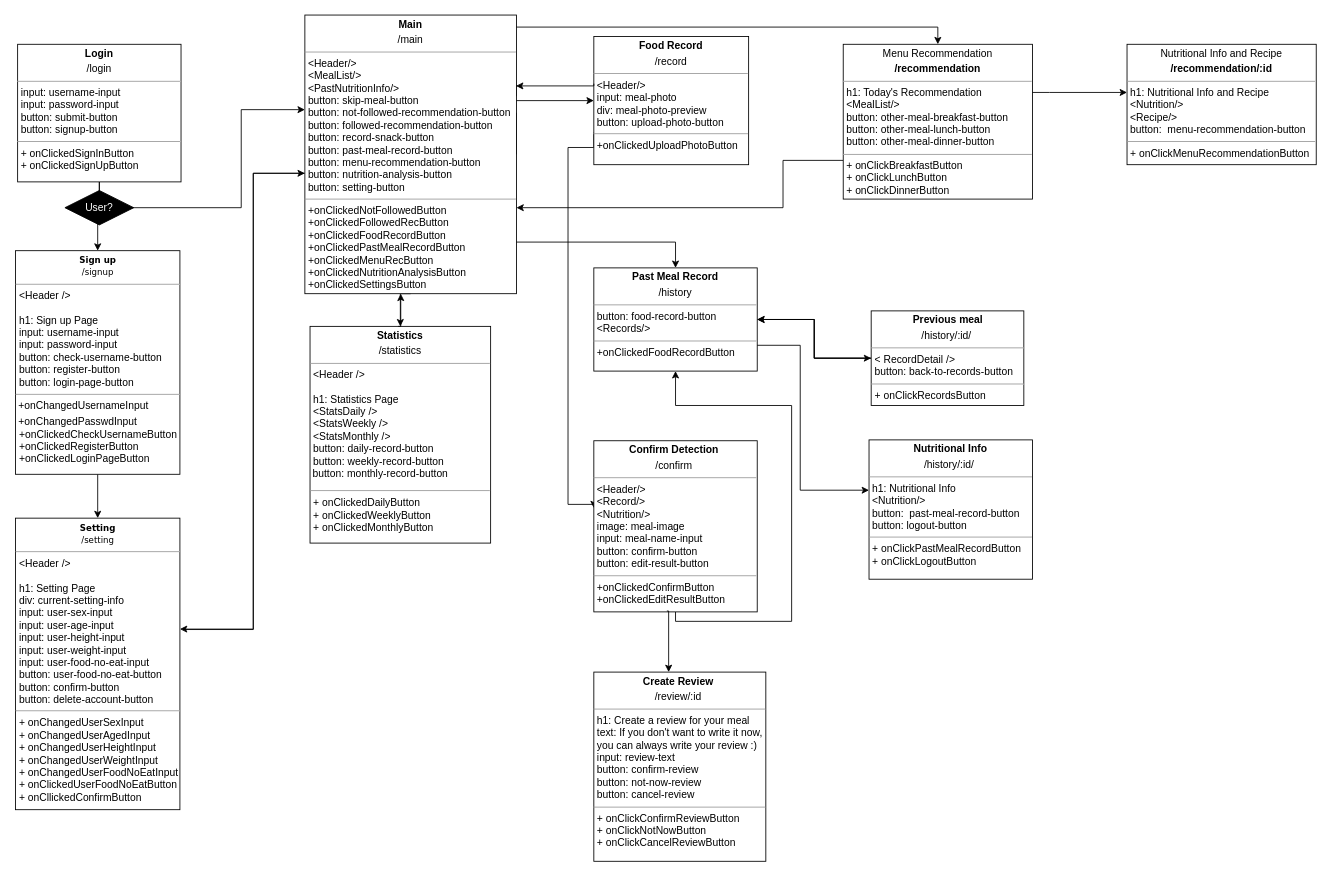
The draw.io diagram diagrams/Frontend_UML.drawio in swsnu/swpp2021-team5, before the edit. Source tidied: cells renumbered, new cells numbered last; positions are measured from the earlier drawing's top-left corner, leaving out a move shared by most shapes. Both pictures are drawn from the tidied source at 86%, with x=0, y=0 at pixel (15, 15).
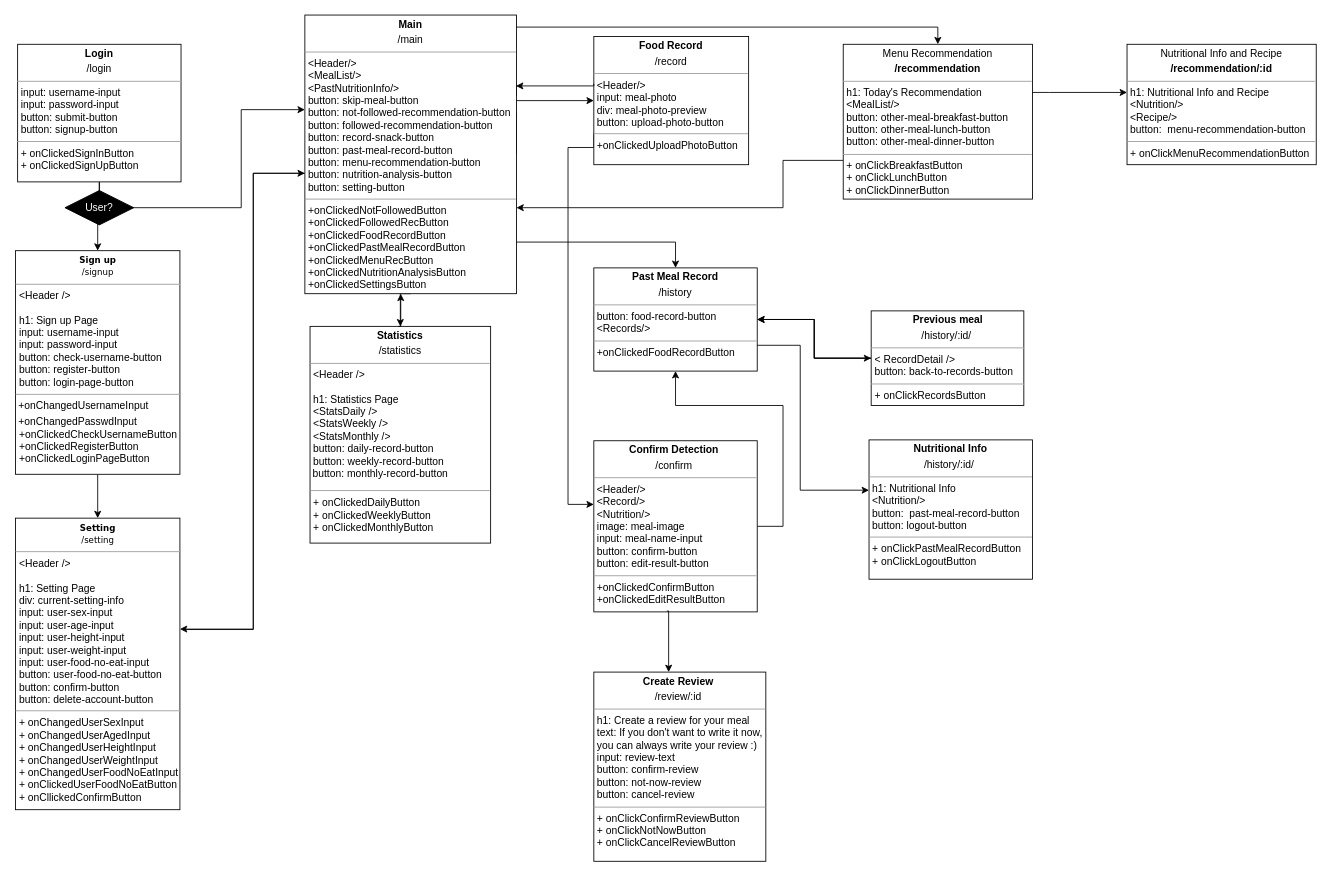
The same diagram, later.

The change refers to these unchanged cells:
```xml
<mxCell id="15" value="&lt;p style=&quot;margin: 0px ; margin-top: 4px ; text-align: center&quot;&gt;&lt;b&gt;Food Record&lt;/b&gt;&lt;/p&gt;&lt;p style=&quot;margin: 0px ; margin-top: 4px ; text-align: center&quot;&gt;/record&lt;/p&gt;&lt;hr size=&quot;1&quot;&gt;&lt;p style=&quot;margin: 0px ; margin-left: 4px&quot;&gt;&lt;span&gt;&amp;lt;Header/&amp;gt;&lt;/span&gt;&lt;/p&gt;&lt;p style=&quot;margin: 0px ; margin-left: 4px&quot;&gt;&lt;span&gt;input: meal-photo&lt;/span&gt;&lt;/p&gt;&lt;p style=&quot;margin: 0px ; margin-left: 4px&quot;&gt;&lt;span&gt;div: meal-photo-preview&lt;/span&gt;&lt;/p&gt;&lt;p style=&quot;margin: 0px ; margin-left: 4px&quot;&gt;&lt;span&gt;button: upload-photo-button&lt;/span&gt;&lt;/p&gt;&lt;hr size=&quot;1&quot;&gt;&lt;p style=&quot;margin: 0px ; margin-left: 4px&quot;&gt;&lt;span&gt;+onClickedUploadPhotoButton&lt;/span&gt;&lt;br&gt;&lt;/p&gt;&lt;p style=&quot;margin: 0px ; margin-left: 4px&quot;&gt;&lt;br&gt;&lt;/p&gt;" style="verticalAlign=top;align=left;overflow=fill;fontSize=12;fontFamily=Helvetica;html=1;rounded=0;shadow=0;comic=0;labelBackgroundColor=none;strokeWidth=1;" parent="1" vertex="1">
  <mxGeometry x="672" y="25" width="180" height="149" as="geometry" />
</mxCell>
<mxCell id="17" value="&lt;p style=&quot;margin: 0px ; margin-top: 4px ; text-align: center&quot;&gt;&lt;b&gt;Past Meal Record&lt;/b&gt;&lt;/p&gt;&lt;p style=&quot;margin: 0px ; margin-top: 4px ; text-align: center&quot;&gt;/history&lt;/p&gt;&lt;hr size=&quot;1&quot;&gt;&lt;p style=&quot;margin: 0px 0px 0px 4px&quot;&gt;button: food-record-button&lt;/p&gt;&lt;p style=&quot;margin: 0px 0px 0px 4px&quot;&gt;&amp;lt;Records/&amp;gt;&lt;/p&gt;&lt;hr size=&quot;1&quot;&gt;&lt;p style=&quot;margin: 0px ; margin-left: 4px&quot;&gt;+onClickedFoodRecordButton&lt;/p&gt;" style="verticalAlign=top;align=left;overflow=fill;fontSize=12;fontFamily=Helvetica;html=1;rounded=0;shadow=0;comic=0;labelBackgroundColor=none;strokeWidth=1;" parent="1" vertex="1">
  <mxGeometry x="672" y="294" width="190" height="120" as="geometry" />
</mxCell>
<mxCell id="23" value="&lt;p style=&quot;margin: 0px ; margin-top: 4px ; text-align: center&quot;&gt;&lt;b&gt;Confirm Detection&amp;nbsp;&lt;/b&gt;&lt;/p&gt;&lt;p style=&quot;margin: 0px ; margin-top: 4px ; text-align: center&quot;&gt;/confirm&lt;b&gt;&amp;nbsp;&lt;/b&gt;&lt;/p&gt;&lt;hr size=&quot;1&quot;&gt;&lt;p style=&quot;margin: 0px ; margin-left: 4px&quot;&gt;&amp;lt;Header/&amp;gt;&lt;/p&gt;&lt;p style=&quot;margin: 0px ; margin-left: 4px&quot;&gt;&amp;lt;Record/&amp;gt;&lt;/p&gt;&lt;p style=&quot;margin: 0px ; margin-left: 4px&quot;&gt;&amp;lt;Nutrition/&amp;gt;&lt;/p&gt;&lt;p style=&quot;margin: 0px ; margin-left: 4px&quot;&gt;image: meal-image&lt;/p&gt;&lt;p style=&quot;margin: 0px ; margin-left: 4px&quot;&gt;input: meal-name-input&lt;/p&gt;&lt;p style=&quot;margin: 0px ; margin-left: 4px&quot;&gt;&lt;span&gt;button: confirm-button&lt;/span&gt;&lt;br&gt;&lt;/p&gt;&lt;p style=&quot;margin: 0px ; margin-left: 4px&quot;&gt;button: edit-result-button&lt;/p&gt;&lt;hr size=&quot;1&quot;&gt;&lt;p style=&quot;margin: 0px ; margin-left: 4px&quot;&gt;+onClickedConfirmButton&lt;/p&gt;&lt;p style=&quot;margin: 0px ; margin-left: 4px&quot;&gt;+onClickedEditResultButton&lt;/p&gt;&lt;p style=&quot;margin: 0px ; margin-left: 4px&quot;&gt;&lt;br&gt;&lt;/p&gt;&lt;p style=&quot;margin: 0px ; margin-left: 4px&quot;&gt;&lt;br&gt;&lt;/p&gt;" style="verticalAlign=top;align=left;overflow=fill;fontSize=12;fontFamily=Helvetica;html=1;" parent="1" vertex="1">
  <mxGeometry x="672" y="495" width="190" height="199" as="geometry" />
</mxCell>
```

Diff of the diagram source:
```diff
@@
-    <mxCell id="14" style="edgeStyle=orthogonalEdgeStyle;rounded=0;jettySize=auto;html=1;exitX=0;exitY=0.75;exitDx=0;exitDy=0;entryX=0;entryY=0.394;entryDx=0;entryDy=0;fontColor=#FFFFFF;entryPerimeter=0;" parent="1" edge="1" source="15" target="23">
+    <mxCell id="14" style="edgeStyle=orthogonalEdgeStyle;rounded=0;jettySize=auto;html=1;exitX=0;exitY=0.75;exitDx=0;exitDy=0;fontColor=#FFFFFF;" parent="1" edge="1" source="15" target="23">
       <mxGeometry relative="1" as="geometry">
         <Array as="points">
           <mxPoint x="672" y="154" />
           <mxPoint x="642" y="154" />
           <mxPoint x="642" y="569" />
         </Array>
       </mxGeometry>
     </mxCell>
@@
-    <mxCell id="22" style="edgeStyle=orthogonalEdgeStyle;rounded=0;jettySize=auto;html=1;exitX=0.5;exitY=1;exitDx=0;exitDy=0;fontColor=#FFFFFF;entryX=0.5;entryY=1;entryDx=0;entryDy=0;" parent="1" edge="1" source="23" target="17">
+    <mxCell id="22" style="edgeStyle=orthogonalEdgeStyle;rounded=0;jettySize=auto;html=1;fontColor=#FFFFFF;entryX=0.5;entryY=1;entryDx=0;entryDy=0;exitX=1;exitY=0.5;exitDx=0;exitDy=0;" parent="1" edge="1" source="23" target="17">
       <mxGeometry relative="1" as="geometry">
         <Array as="points">
-          <mxPoint x="767" y="705" />
-          <mxPoint x="902" y="705" />
-          <mxPoint x="902" y="454" />
+          <mxPoint x="892" y="595" />
+          <mxPoint x="892" y="454" />
           <mxPoint x="767" y="454" />
         </Array>
       </mxGeometry>
     </mxCell>
```
